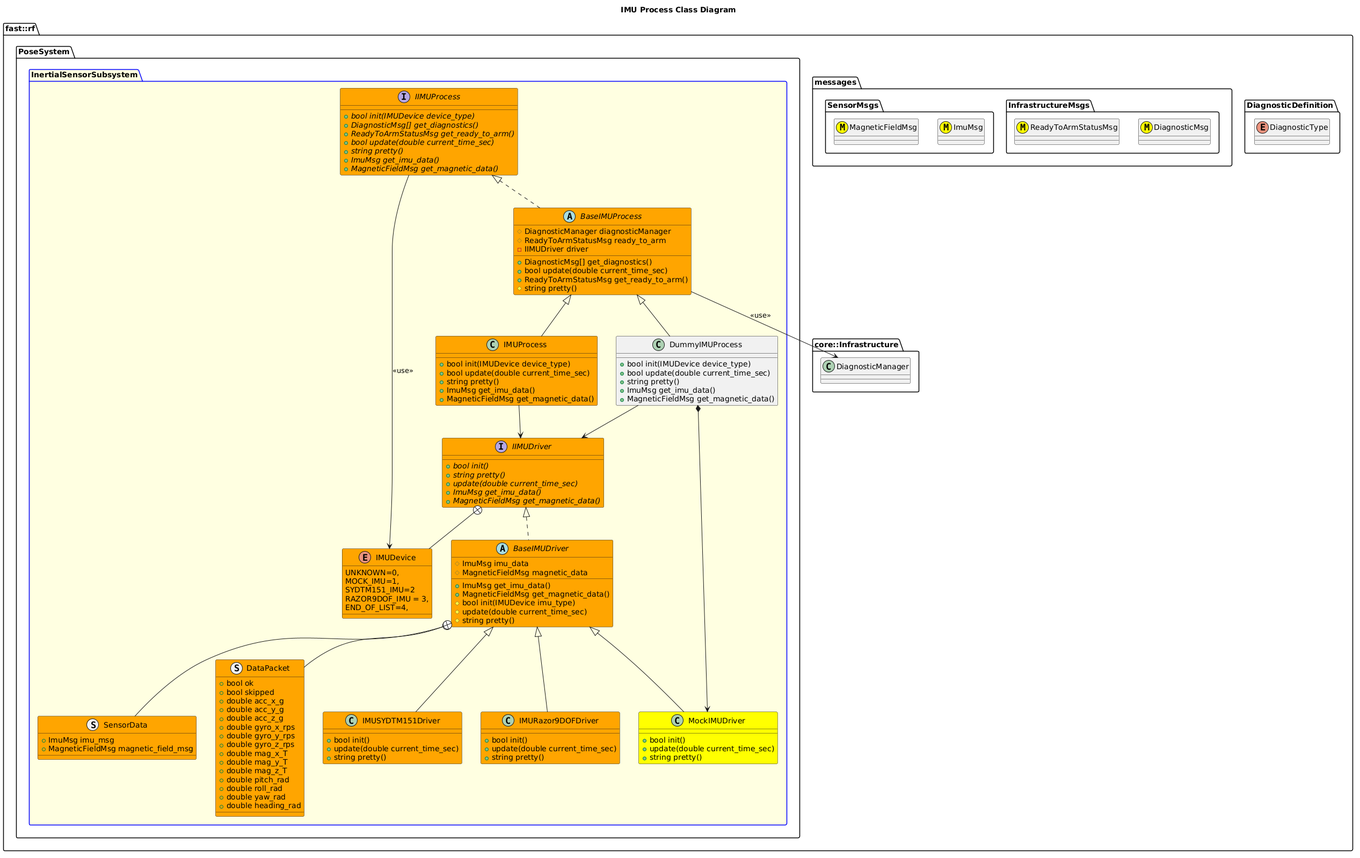
fastrobotics/robot_framework keeps this PlantUML diagram as Systems/Pose/Subsystems/InertialSensor/Processes/IMU/doc/puml/IMUProcessClassDiagram.png. Above is the earlier version.
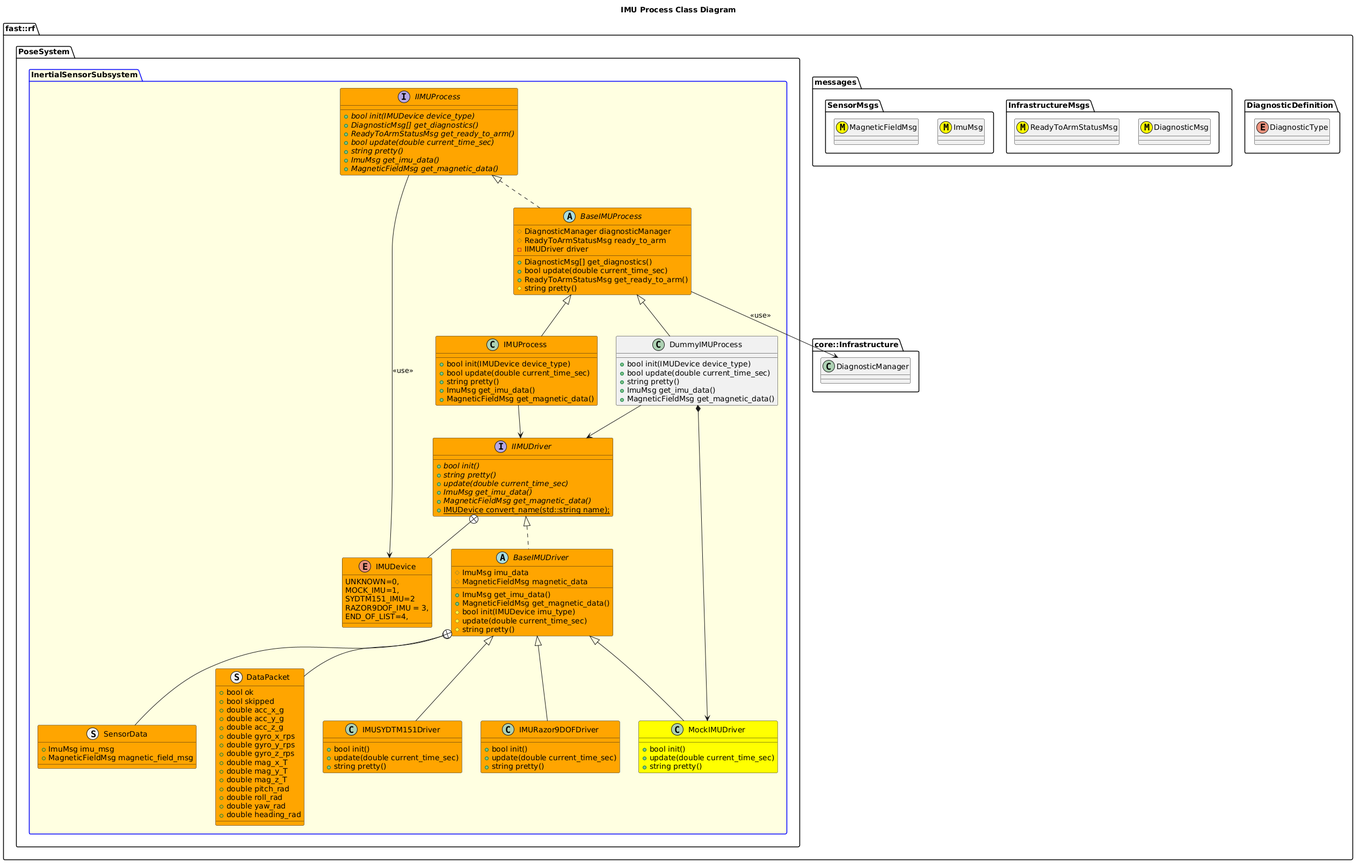
The same file after the commit.

The edit, as a diff of the source:
```diff
@@ -57,6 +57,7 @@
           +{abstract} update(double current_time_sec)
           +{abstract} ImuMsg get_imu_data()
           +{abstract} MagneticFieldMsg get_magnetic_data()
+          +{static} IMUDevice convert_name(std::string name);
         }
         IIMUDriver +-- IMUDevice
         struct SensorData #Orange {
```
